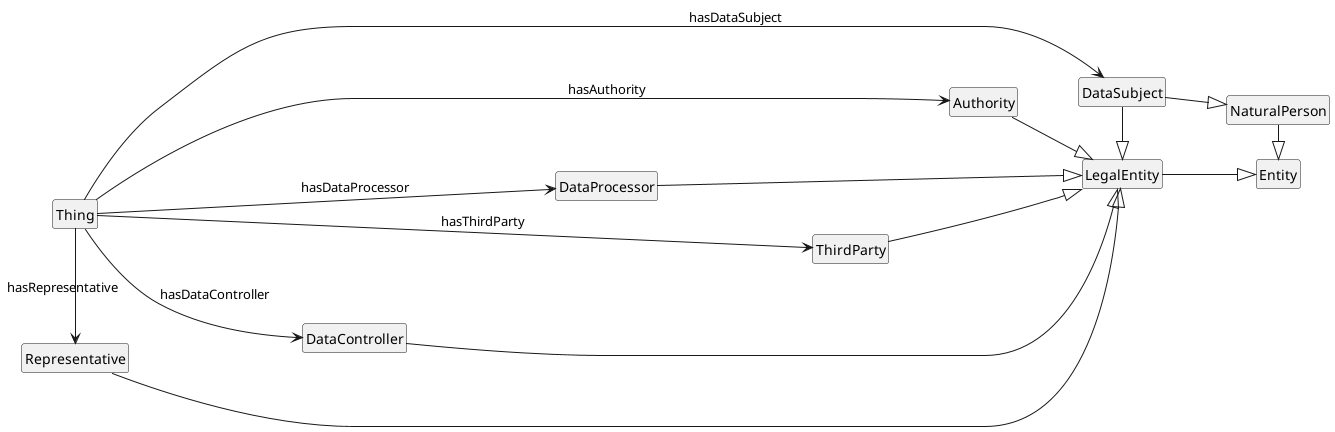
Earlier version of the PlantUML export media/overview_Entities.png (jeswr/dpv). Its diagram source:
```plantuml
@startuml
!include style.plantuml
left to right direction

class Thing
class Representative
class DataController
class DataProcessor
class ThirdParty
class Authority
class DataSubject
class LegalEntity
class NaturalPerson
class Entity

Representative -|> LegalEntity
DataController -|> LegalEntity
DataProcessor -|> LegalEntity
ThirdParty -|> LegalEntity
Authority -|> LegalEntity
DataSubject -|> LegalEntity
DataSubject -|> NaturalPerson
LegalEntity -|> Entity
NaturalPerson -|> Entity

Thing -> Representative: hasRepresentative
Thing -> DataController: hasDataController
Thing -> DataProcessor: hasDataProcessor
Thing -> ThirdParty: hasThirdParty
Thing -> Authority: hasAuthority
Thing -> DataSubject: hasDataSubject

Representative -[hidden]d- DataController
DataController -[hidden]d- DataProcessor
DataProcessor -[hidden]d- ThirdParty
ThirdParty -[hidden]d- Authority
Authority -[hidden]d- DataSubject
LegalEntity -[hidden]d- NaturalPerson


@enduml
```
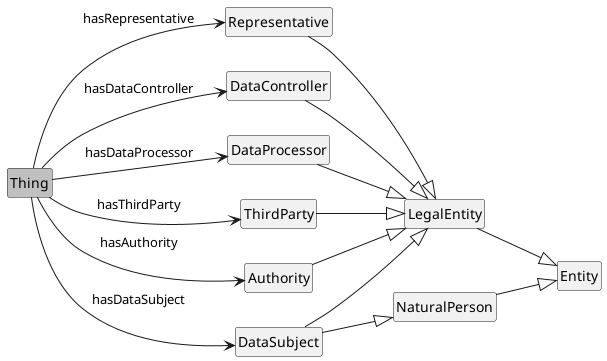
Above is the later version.

What changed in the source:
```diff
@@ -2,7 +2,7 @@
 !include style.plantuml
 left to right direction
 
-class Thing
+class Thing #silver
 class Representative
 class DataController
 class DataProcessor
@@ -13,29 +13,21 @@
 class NaturalPerson
 class Entity
 
-Representative -|> LegalEntity
-DataController -|> LegalEntity
-DataProcessor -|> LegalEntity
-ThirdParty -|> LegalEntity
-Authority -|> LegalEntity
-DataSubject -|> LegalEntity
-DataSubject -|> NaturalPerson
-LegalEntity -|> Entity
-NaturalPerson -|> Entity
+Representative --|> LegalEntity
+DataController --|> LegalEntity
+DataProcessor --|> LegalEntity
+ThirdParty --|> LegalEntity
+Authority --|> LegalEntity
+DataSubject --|> LegalEntity
+DataSubject --|> NaturalPerson
+LegalEntity --|> Entity
+NaturalPerson --|> Entity
 
-Thing -> Representative: hasRepresentative
-Thing -> DataController: hasDataController
-Thing -> DataProcessor: hasDataProcessor
-Thing -> ThirdParty: hasThirdParty
-Thing -> Authority: hasAuthority
-Thing -> DataSubject: hasDataSubject
-
-Representative -[hidden]d- DataController
-DataController -[hidden]d- DataProcessor
-DataProcessor -[hidden]d- ThirdParty
-ThirdParty -[hidden]d- Authority
-Authority -[hidden]d- DataSubject
-LegalEntity -[hidden]d- NaturalPerson
-
+Thing --> Representative: hasRepresentative
+Thing --> DataController: hasDataController
+Thing --> DataProcessor: hasDataProcessor
+Thing --> ThirdParty: hasThirdParty
+Thing --> Authority: hasAuthority
+Thing --> DataSubject: hasDataSubject
 
 @enduml
```
